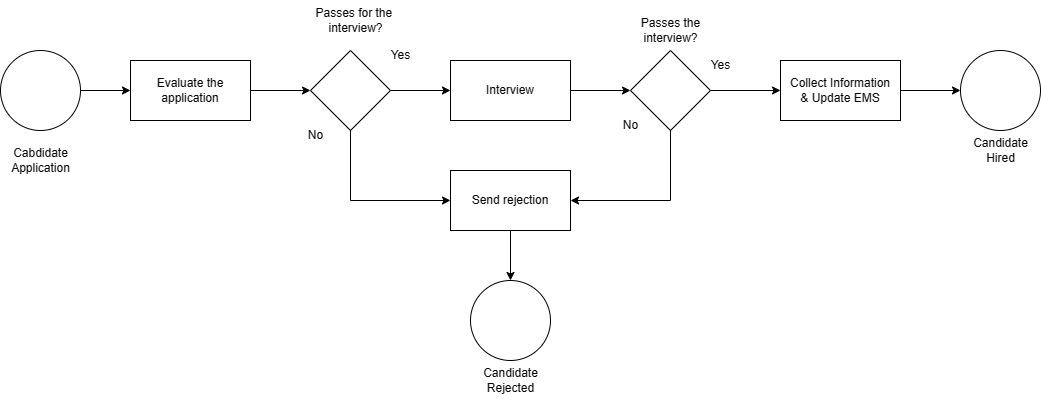
ilten22/SAD keeps this draw.io diagram as BPMN/enrollmentBPMN.drawio.png. Above is the earlier version. Source tidied: cells renumbered, new cells last; positions are measured from the earlier drawing's top-left corner, leaving out a move shared by most shapes.
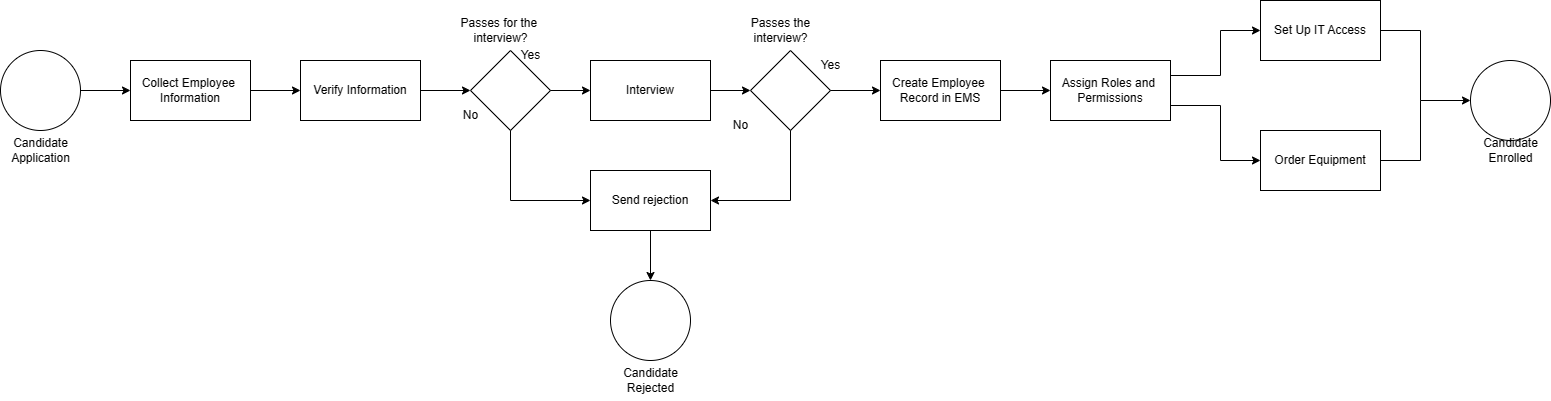
The same diagram one commit later.

Change to the diagram source:
```diff
@@ -1,57 +1,54 @@
-<mxGraphModel background="#FFFFFF">
+<mxGraphModel background="#ffffff">
   <root>
     <mxCell id="0" />
     <mxCell id="1" parent="0" />
-    <mxCell id="2" style="ellipse;whiteSpace=wrap;html=1;" parent="1" vertex="1">
-      <mxGeometry y="50" width="80" height="80" as="geometry" />
+    <mxCell id="2" style="ellipse;whiteSpace=wrap;html=1;fillColor=#FFFFFF;strokeColor=#000000;" parent="1" vertex="1">
+      <mxGeometry x="-110" y="50" width="80" height="80" as="geometry" />
     </mxCell>
-    <mxCell id="3" value="Cabdidate&lt;br&gt;Application" style="text;html=1;align=center;verticalAlign=middle;strokeColor=none;fillColor=none;" parent="1" vertex="1">
-      <mxGeometry y="140" width="80" height="40" as="geometry" />
+    <mxCell id="3" value="&lt;font color=&quot;#000000&quot;&gt;Candidate&lt;br&gt;Application&lt;/font&gt;" style="text;html=1;align=center;verticalAlign=middle;strokeColor=none;fillColor=none;" parent="1" vertex="1">
+      <mxGeometry x="-110" y="130" width="80" height="40" as="geometry" />
     </mxCell>
     <mxCell id="4" style="endArrow=classic;html=1;rounded=0;exitX=1;exitY=0.5;exitDx=0;exitDy=0;entryX=0;entryY=0.5;entryDx=0;entryDy=0;" parent="1" edge="1" source="2" target="5">
       <mxGeometry relative="1" as="geometry" />
     </mxCell>
-    <mxCell id="5" value="Evaluate the application" style="rounded=0;whiteSpace=wrap;html=1;" parent="1" vertex="1">
-      <mxGeometry x="130" y="60" width="120" height="60" as="geometry" />
+    <mxCell id="5" value="&lt;font color=&quot;#000000&quot;&gt;Collect Employee&amp;nbsp;&lt;br&gt;Information&lt;br&gt;&lt;/font&gt;" style="rounded=0;whiteSpace=wrap;html=1;strokeColor=#000000;fillColor=#FFFFFF;" parent="1" vertex="1">
+      <mxGeometry x="20" y="60" width="120" height="60" as="geometry" />
     </mxCell>
     <mxCell id="6" style="rhombus;whiteSpace=wrap;html=1;" parent="1" vertex="1">
-      <mxGeometry x="310" y="50" width="80" height="80" as="geometry" />
+      <mxGeometry x="360" y="50" width="80" height="80" as="geometry" />
     </mxCell>
-    <mxCell id="7" style="endArrow=classic;html=1;rounded=0;exitX=1;exitY=0.5;exitDx=0;exitDy=0;entryX=0;entryY=0.5;entryDx=0;entryDy=0;" parent="1" edge="1" source="5" target="6">
-      <mxGeometry relative="1" as="geometry" />
-    </mxCell>
     <mxCell id="8" value="Passes for the&amp;nbsp;&lt;br&gt;interview?" style="text;html=1;align=center;verticalAlign=middle;strokeColor=none;fillColor=none;" parent="1" vertex="1">
-      <mxGeometry x="305" width="100" height="40" as="geometry" />
+      <mxGeometry x="340" y="10" width="100" height="40" as="geometry" />
     </mxCell>
     <mxCell id="9" value="Yes" style="text;html=1;align=center;verticalAlign=middle;strokeColor=none;fillColor=none;" parent="1" vertex="1">
-      <mxGeometry x="380" y="40" width="40" height="30" as="geometry" />
+      <mxGeometry x="400" y="40" width="40" height="30" as="geometry" />
     </mxCell>
     <mxCell id="10" value="No" style="text;html=1;align=center;verticalAlign=middle;strokeColor=none;fillColor=none;" parent="1" vertex="1">
       <mxGeometry x="610" y="110" width="40" height="30" as="geometry" />
     </mxCell>
     <mxCell id="11" value="Send rejection" style="rounded=0;whiteSpace=wrap;html=1;" parent="1" vertex="1">
-      <mxGeometry x="450" y="170" width="120" height="60" as="geometry" />
+      <mxGeometry x="480" y="170" width="120" height="60" as="geometry" />
     </mxCell>
     <mxCell id="12" style="endArrow=classic;html=1;rounded=0;exitX=0.5;exitY=1;exitDx=0;exitDy=0;entryX=0.5;entryY=0;entryDx=0;entryDy=0;" parent="1" edge="1" source="11" target="13">
       <mxGeometry relative="1" as="geometry" />
     </mxCell>
     <mxCell id="13" style="ellipse;whiteSpace=wrap;html=1;" parent="1" vertex="1">
-      <mxGeometry x="470" y="280" width="80" height="80" as="geometry" />
+      <mxGeometry x="500" y="280" width="80" height="80" as="geometry" />
     </mxCell>
     <mxCell id="14" value="Candidate&lt;br&gt;Rejected&lt;br&gt;" style="text;html=1;align=center;verticalAlign=middle;strokeColor=none;fillColor=none;" parent="1" vertex="1">
-      <mxGeometry x="470" y="360" width="80" height="40" as="geometry" />
+      <mxGeometry x="500" y="360" width="80" height="40" as="geometry" />
     </mxCell>
     <mxCell id="15" style="endArrow=classic;html=1;rounded=0;exitX=1;exitY=0.5;exitDx=0;exitDy=0;entryX=0;entryY=0.5;entryDx=0;entryDy=0;" parent="1" edge="1" source="6" target="16">
       <mxGeometry relative="1" as="geometry" />
     </mxCell>
     <mxCell id="16" value="Interview" style="rounded=0;whiteSpace=wrap;html=1;" parent="1" vertex="1">
-      <mxGeometry x="450" y="60" width="120" height="60" as="geometry" />
+      <mxGeometry x="480" y="60" width="120" height="60" as="geometry" />
     </mxCell>
     <mxCell id="17" style="endArrow=classic;html=1;rounded=0;exitX=1;exitY=0.5;exitDx=0;exitDy=0;entryX=0;entryY=0.5;entryDx=0;entryDy=0;" parent="1" edge="1" source="16" target="18">
       <mxGeometry relative="1" as="geometry" />
     </mxCell>
     <mxCell id="18" style="rhombus;whiteSpace=wrap;html=1;" parent="1" vertex="1">
-      <mxGeometry x="630" y="50" width="80" height="80" as="geometry" />
+      <mxGeometry x="640" y="50" width="80" height="80" as="geometry" />
     </mxCell>
     <mxCell id="19" value="Passes the &lt;br&gt;interview?" style="text;html=1;align=center;verticalAlign=middle;strokeColor=none;fillColor=none;" parent="1" vertex="1">
       <mxGeometry x="630" y="10" width="80" height="40" as="geometry" />
@@ -59,14 +56,14 @@
     <mxCell id="20" style="endArrow=classic;html=1;rounded=0;exitX=0.5;exitY=1;exitDx=0;exitDy=0;entryX=0;entryY=0.5;entryDx=0;entryDy=0;" parent="1" edge="1" source="6" target="11">
       <mxGeometry relative="1" as="geometry">
         <Array as="points">
-          <mxPoint x="350" y="200" />
+          <mxPoint x="400" y="200" />
         </Array>
       </mxGeometry>
     </mxCell>
     <mxCell id="21" style="endArrow=classic;html=1;rounded=0;exitX=0.5;exitY=1;exitDx=0;exitDy=0;entryX=1;entryY=0.5;entryDx=0;entryDy=0;" parent="1" edge="1" source="18" target="11">
       <mxGeometry relative="1" as="geometry">
         <Array as="points">
-          <mxPoint x="670" y="200" />
+          <mxPoint x="680" y="200" />
         </Array>
       </mxGeometry>
     </mxCell>
@@ -74,22 +71,72 @@
       <mxGeometry x="700" y="50" width="40" height="30" as="geometry" />
     </mxCell>
     <mxCell id="23" value="No" style="text;html=1;align=center;verticalAlign=middle;strokeColor=none;fillColor=none;" parent="1" vertex="1">
-      <mxGeometry x="295" y="120" width="40" height="30" as="geometry" />
+      <mxGeometry x="340" y="100" width="40" height="30" as="geometry" />
     </mxCell>
-    <mxCell id="24" style="endArrow=classic;html=1;rounded=0;exitX=1;exitY=0.5;exitDx=0;exitDy=0;entryX=0;entryY=0.5;entryDx=0;entryDy=0;" parent="1" edge="1" source="18" target="25">
+    <mxCell id="24" style="endArrow=classic;html=1;rounded=0;exitX=1;exitY=0.5;exitDx=0;exitDy=0;entryX=0;entryY=0.5;entryDx=0;entryDy=0;" parent="1" edge="1" source="18" target="32">
       <mxGeometry relative="1" as="geometry" />
     </mxCell>
-    <mxCell id="25" value="Collect Information&lt;br&gt;&amp;amp; Update EMS" style="rounded=0;whiteSpace=wrap;html=1;" parent="1" vertex="1">
-      <mxGeometry x="780" y="60" width="120" height="60" as="geometry" />
-    </mxCell>
     <mxCell id="26" style="ellipse;whiteSpace=wrap;html=1;" parent="1" vertex="1">
-      <mxGeometry x="960" y="50" width="80" height="80" as="geometry" />
+      <mxGeometry x="1360" y="60" width="80" height="80" as="geometry" />
     </mxCell>
-    <mxCell id="27" style="endArrow=classic;html=1;rounded=0;exitX=1;exitY=0.5;exitDx=0;exitDy=0;entryX=0;entryY=0.5;entryDx=0;entryDy=0;" parent="1" edge="1" source="25" target="26">
-      <mxGeometry relative="1" as="geometry" />
-    </mxCell>
-    <mxCell id="28" value="Candidate&lt;br&gt;Hired" style="text;html=1;align=center;verticalAlign=middle;strokeColor=none;fillColor=none;" parent="1" vertex="1">
-      <mxGeometry x="960" y="130" width="80" height="40" as="geometry" />
+    <mxCell id="28" value="Candidate&lt;br&gt;Enrolled" style="text;html=1;align=center;verticalAlign=middle;strokeColor=none;fillColor=none;" parent="1" vertex="1">
+      <mxGeometry x="1360" y="130" width="80" height="40" as="geometry" />
     </mxCell>
+    <mxCell id="29" value="&lt;font color=&quot;#000000&quot;&gt;Verify Information&lt;br&gt;&lt;/font&gt;" style="rounded=0;whiteSpace=wrap;html=1;strokeColor=#000000;fillColor=#FFFFFF;" parent="1" vertex="1">
+      <mxGeometry x="190" y="60" width="120" height="60" as="geometry" />
+    </mxCell>
+    <mxCell id="30" style="endArrow=classic;html=1;rounded=0;exitX=1;exitY=0.5;exitDx=0;exitDy=0;entryX=0;entryY=0.5;entryDx=0;entryDy=0;" parent="1" edge="1" source="5" target="29">
+      <mxGeometry relative="1" as="geometry" />
+    </mxCell>
+    <mxCell id="31" style="endArrow=classic;html=1;rounded=0;exitX=1;exitY=0.5;exitDx=0;exitDy=0;" parent="1" edge="1" source="29" target="6">
+      <mxGeometry relative="1" as="geometry" />
+    </mxCell>
+    <mxCell id="32" value="Create Employee&amp;nbsp;&lt;br&gt;Record in EMS" style="rounded=0;whiteSpace=wrap;html=1;" parent="1" vertex="1">
+      <mxGeometry x="770" y="60" width="120" height="60" as="geometry" />
+    </mxCell>
+    <mxCell id="33" value="Assign Roles and&amp;nbsp;&lt;br&gt;Permissions" style="rounded=0;whiteSpace=wrap;html=1;" parent="1" vertex="1">
+      <mxGeometry x="940" y="60" width="120" height="60" as="geometry" />
+    </mxCell>
+    <mxCell id="34" value="Set Up IT Access" style="rounded=0;whiteSpace=wrap;html=1;" parent="1" vertex="1">
+      <mxGeometry x="1150" width="120" height="60" as="geometry" />
+    </mxCell>
+    <mxCell id="35" value="Order Equipment" style="rounded=0;whiteSpace=wrap;html=1;" parent="1" vertex="1">
+      <mxGeometry x="1150" y="130" width="120" height="60" as="geometry" />
+    </mxCell>
+    <mxCell id="36" style="endArrow=classic;html=1;rounded=0;exitX=1;exitY=0.25;exitDx=0;exitDy=0;entryX=0;entryY=0.5;entryDx=0;entryDy=0;" parent="1" edge="1" source="33" target="34">
+      <mxGeometry relative="1" as="geometry">
+        <Array as="points">
+          <mxPoint x="1110" y="75" />
+          <mxPoint x="1110" y="30" />
+        </Array>
+      </mxGeometry>
+    </mxCell>
+    <mxCell id="37" style="endArrow=classic;html=1;rounded=0;exitX=1;exitY=0.75;exitDx=0;exitDy=0;entryX=0;entryY=0.5;entryDx=0;entryDy=0;" parent="1" edge="1" source="33" target="35">
+      <mxGeometry relative="1" as="geometry">
+        <Array as="points">
+          <mxPoint x="1110" y="105" />
+          <mxPoint x="1110" y="160" />
+        </Array>
+      </mxGeometry>
+    </mxCell>
+    <mxCell id="38" style="endArrow=classic;html=1;rounded=0;exitX=1;exitY=0.5;exitDx=0;exitDy=0;entryX=0;entryY=0.5;entryDx=0;entryDy=0;" parent="1" edge="1" source="32" target="33">
+      <mxGeometry relative="1" as="geometry" />
+    </mxCell>
+    <mxCell id="39" style="endArrow=classic;html=1;rounded=0;exitX=1;exitY=0.5;exitDx=0;exitDy=0;entryX=0;entryY=0.5;entryDx=0;entryDy=0;" parent="1" edge="1" source="34" target="26">
+      <mxGeometry relative="1" as="geometry">
+        <Array as="points">
+          <mxPoint x="1310" y="30" />
+          <mxPoint x="1310" y="100" />
+        </Array>
+      </mxGeometry>
+    </mxCell>
+    <mxCell id="40" style="endArrow=none;html=1;rounded=0;exitX=1;exitY=0.5;exitDx=0;exitDy=0;" parent="1" edge="1" source="35">
+      <mxGeometry relative="1" as="geometry">
+        <mxPoint x="1310" y="100" as="targetPoint" />
+        <Array as="points">
+          <mxPoint x="1310" y="160" />
+        </Array>
+      </mxGeometry>
+    </mxCell>
   </root>
 </mxGraphModel>
```
